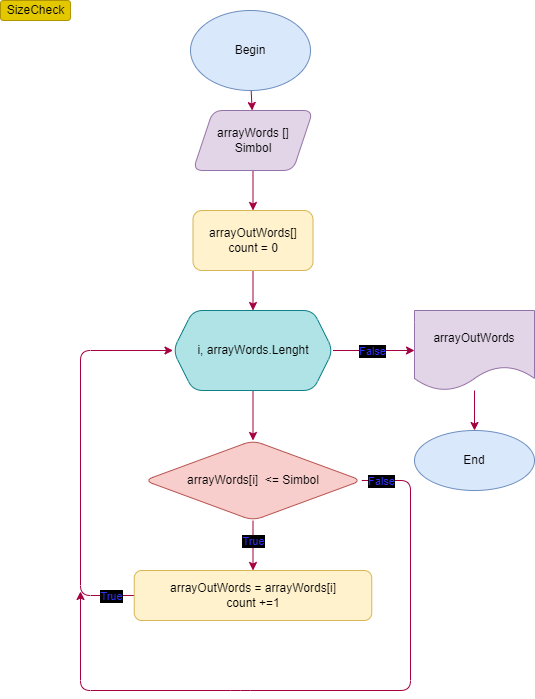
Earlier version of the draw.io export Diagram.drawio.png (Devodest/ControlWork). Source tidied: cells renumbered, new cells last; positions are measured from the earlier drawing's top-left corner, leaving out a move shared by most shapes.
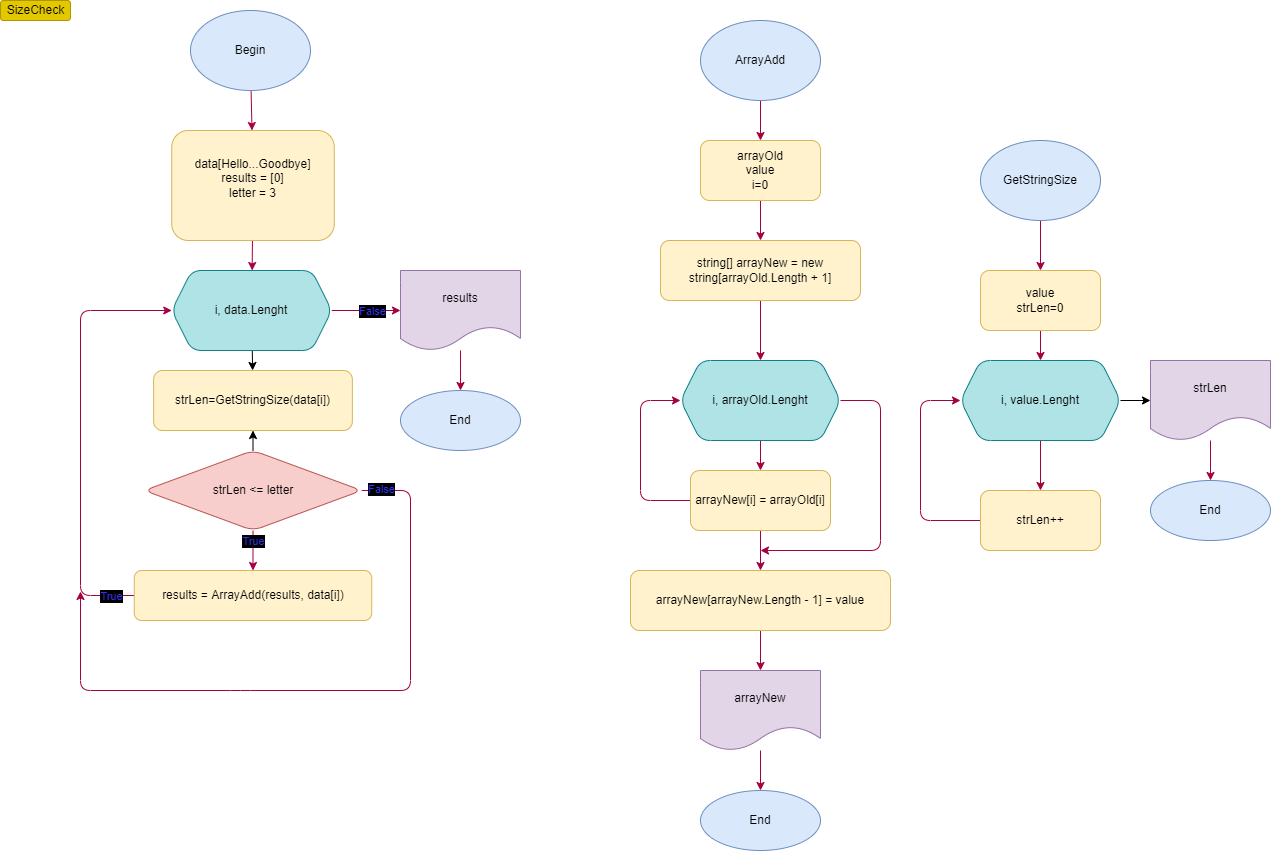
Above is the later version.

The edit, as a diff of the source:
```diff
@@ -2,15 +2,12 @@
   <root>
     <mxCell id="0" />
     <mxCell id="1" parent="0" />
-    <mxCell id="2" style="edgeStyle=none;rounded=1;html=1;fontColor=#FFFFFF;fillColor=#d80073;strokeColor=#A50040;" parent="1" edge="1" source="3" target="18">
-      <mxGeometry relative="1" as="geometry" />
-    </mxCell>
+    <mxCell id="24" style="edgeStyle=none;html=1;fillColor=#d80073;strokeColor=#A50040;" parent="1" edge="1" source="3" target="20">
+      <mxGeometry relative="1" as="geometry" />
+    </mxCell>
     <mxCell id="3" value="Begin" style="ellipse;whiteSpace=wrap;html=1;fillColor=#dae8fc;strokeColor=#6c8ebf;rounded=1;" parent="1" vertex="1">
       <mxGeometry x="190" y="10" width="120" height="80" as="geometry" />
     </mxCell>
-    <mxCell id="4" style="edgeStyle=none;html=1;fillColor=#d80073;strokeColor=#A50040;rounded=1;exitX=0.5;exitY=1;exitDx=0;exitDy=0;exitPerimeter=0;" parent="1" edge="1" source="16" target="9">
-      <mxGeometry relative="1" as="geometry" />
-    </mxCell>
     <mxCell id="5" style="edgeStyle=none;html=1;fillColor=#d80073;strokeColor=#A50040;rounded=1;exitX=1;exitY=0.5;exitDx=0;exitDy=0;" parent="1" edge="1" source="16" target="13">
       <mxGeometry relative="1" as="geometry" />
     </mxCell>
@@ -21,7 +18,7 @@
       <mxGeometry relative="1" as="geometry">
         <mxPoint x="80" y="591" as="targetPoint" />
         <Array as="points">
-          <mxPoint x="410" y="480" />
+          <mxPoint x="410" y="490" />
           <mxPoint x="410" y="690" />
           <mxPoint x="240" y="690" />
           <mxPoint x="80" y="690" />
@@ -33,49 +30,54 @@
         <mxPoint x="-31" y="-75" as="offset" />
       </mxGeometry>
     </mxCell>
+    <mxCell id="25" style="edgeStyle=none;html=1;" parent="1" edge="1" source="9" target="38">
+      <mxGeometry relative="1" as="geometry" />
+    </mxCell>
-    <mxCell id="9" value="arrayWords[i]&amp;nbsp; &amp;lt;= Simbol" style="rhombus;whiteSpace=wrap;html=1;rounded=1;fillColor=#f8cecc;strokeColor=#b85450;" parent="1" vertex="1">
-      <mxGeometry x="143.8" y="440" width="217.5" height="80" as="geometry" />
+    <mxCell id="9" value="strLen &amp;lt;= letter" style="rhombus;whiteSpace=wrap;html=1;rounded=1;fillColor=#f8cecc;strokeColor=#b85450;" parent="1" vertex="1">
+      <mxGeometry x="143.8" y="450" width="217.5" height="80" as="geometry" />
     </mxCell>
     <mxCell id="10" style="edgeStyle=none;rounded=1;html=1;entryX=0;entryY=0.5;entryDx=0;entryDy=0;fontColor=#FFFFFF;fillColor=#d80073;strokeColor=#A50040;" parent="1" edge="1" source="11" target="16">
       <mxGeometry relative="1" as="geometry">
         <Array as="points">
           <mxPoint x="80" y="595" />
-          <mxPoint x="80" y="350" />
+          <mxPoint x="80" y="310" />
         </Array>
       </mxGeometry>
     </mxCell>
-    <mxCell id="11" value="arrayOutWords&amp;nbsp;= arrayWords[i]&lt;br&gt;count +=1" style="whiteSpace=wrap;html=1;rounded=1;fillColor=#fff2cc;strokeColor=#d6b656;" parent="1" vertex="1">
+    <mxCell id="11" value="results = ArrayAdd(results, data[i])" style="whiteSpace=wrap;html=1;rounded=1;fillColor=#fff2cc;strokeColor=#d6b656;" parent="1" vertex="1">
       <mxGeometry x="133.8" y="570" width="237.5" height="50" as="geometry" />
     </mxCell>
     <mxCell id="12" style="edgeStyle=none;html=1;fillColor=#d80073;strokeColor=#A50040;rounded=1;" parent="1" edge="1" source="13" target="14">
       <mxGeometry relative="1" as="geometry" />
     </mxCell>
-    <mxCell id="13" value="arrayOutWords" style="shape=document;whiteSpace=wrap;html=1;boundedLbl=1;rounded=1;fillColor=#e1d5e7;strokeColor=#9673a6;" parent="1" vertex="1">
-      <mxGeometry x="414" y="310" width="120" height="80" as="geometry" />
+    <mxCell id="13" value="results" style="shape=document;whiteSpace=wrap;html=1;boundedLbl=1;rounded=1;fillColor=#e1d5e7;strokeColor=#9673a6;" parent="1" vertex="1">
+      <mxGeometry x="400" y="270" width="120" height="80" as="geometry" />
     </mxCell>
     <mxCell id="14" value="End" style="ellipse;whiteSpace=wrap;html=1;rounded=1;fillColor=#dae8fc;strokeColor=#6c8ebf;" parent="1" vertex="1">
-      <mxGeometry x="414" y="430" width="120" height="60" as="geometry" />
+      <mxGeometry x="400" y="390" width="120" height="60" as="geometry" />
     </mxCell>
     <mxCell id="15" value="SizeCheck" style="text;html=1;align=center;verticalAlign=middle;strokeColor=#B09500;fillColor=#e3c800;rounded=1;fontColor=#000000;" parent="1" vertex="1">
       <mxGeometry width="70" height="20" as="geometry" />
     </mxCell>
+    <mxCell id="26" style="edgeStyle=none;html=1;" parent="1" edge="1" source="16" target="38">
+      <mxGeometry relative="1" as="geometry" />
+    </mxCell>
-    <mxCell id="16" value="i, arrayWords.Lenght" style="shape=hexagon;perimeter=hexagonPerimeter2;whiteSpace=wrap;html=1;fixedSize=1;rounded=1;fillColor=#b0e3e6;strokeColor=#0e8088;" parent="1" vertex="1">
-      <mxGeometry x="172.5" y="310" width="160" height="80" as="geometry" />
+    <mxCell id="16" value="i, data.Lenght" style="shape=hexagon;perimeter=hexagonPerimeter2;whiteSpace=wrap;html=1;fixedSize=1;rounded=1;fillColor=#b0e3e6;strokeColor=#0e8088;" parent="1" vertex="1">
+      <mxGeometry x="171.2" y="270" width="160" height="80" as="geometry" />
     </mxCell>
-    <mxCell id="17" style="edgeStyle=none;rounded=1;html=1;fontColor=#FFFFFF;fillColor=#d80073;strokeColor=#A50040;" parent="1" edge="1" source="18" target="20">
-      <mxGeometry relative="1" as="geometry" />
+    <mxCell id="17" style="edgeStyle=none;rounded=1;html=1;fontColor=#FFFFFF;fillColor=#d80073;strokeColor=#A50040;" parent="1" edge="1" target="20">
+      <mxGeometry relative="1" as="geometry">
+        <mxPoint x="252.5" y="170" as="sourcePoint" />
+      </mxGeometry>
     </mxCell>
-    <mxCell id="18" value="arrayWords []&lt;br&gt;Simbol" style="shape=parallelogram;perimeter=parallelogramPerimeter;whiteSpace=wrap;html=1;fixedSize=1;fillColor=#e1d5e7;strokeColor=#9673a6;rounded=1;" parent="1" vertex="1">
-      <mxGeometry x="192.5" y="110" width="120" height="60" as="geometry" />
-    </mxCell>
     <mxCell id="19" style="edgeStyle=none;rounded=1;html=1;fontColor=#FFFFFF;fillColor=#d80073;strokeColor=#A50040;" parent="1" edge="1" source="20" target="16">
       <mxGeometry relative="1" as="geometry" />
     </mxCell>
-    <mxCell id="20" value="&lt;span&gt;arrayOutWords[]&lt;br&gt;count = 0&lt;br&gt;&lt;/span&gt;" style="whiteSpace=wrap;html=1;fillColor=#fff2cc;strokeColor=#d6b656;rounded=1;" parent="1" vertex="1">
-      <mxGeometry x="192.5" y="210" width="120" height="60" as="geometry" />
+    <mxCell id="20" value="&lt;span&gt;data[Hello...Goodbye]&lt;br&gt;results = [0]&lt;br&gt;letter = 3&lt;br&gt;&lt;br&gt;&lt;/span&gt;" style="whiteSpace=wrap;html=1;fillColor=#fff2cc;strokeColor=#d6b656;rounded=1;" parent="1" vertex="1">
+      <mxGeometry x="171.2" y="130" width="162.5" height="110" as="geometry" />
     </mxCell>
     <mxCell id="21" value="False" style="edgeLabel;html=1;align=center;verticalAlign=middle;fontColor=#3333FF;labelBorderColor=none;labelBackgroundColor=#000000;" parent="1" vertex="1">
-      <mxGeometry x="371.2" y="350" as="geometry" />
+      <mxGeometry x="371.2" y="310" as="geometry" />
     </mxCell>
     <mxCell id="22" value="True" style="edgeLabel;html=1;align=center;verticalAlign=middle;fontColor=#3333FF;labelBackgroundColor=#000000;" parent="1" vertex="1">
       <mxGeometry x="252.5" y="540" as="geometry" />
@@ -83,5 +85,111 @@
     <mxCell id="23" value="True" style="edgeLabel;html=1;align=center;verticalAlign=middle;fontColor=#3333FF;labelBackgroundColor=#000000;" parent="1" vertex="1">
       <mxGeometry x="110" y="595" as="geometry" />
     </mxCell>
+    <mxCell id="27" style="edgeStyle=none;html=1;fillColor=#d80073;strokeColor=#A50040;" parent="1" edge="1" source="28" target="30">
+      <mxGeometry relative="1" as="geometry" />
+    </mxCell>
+    <mxCell id="28" value="GetStringSize" style="ellipse;whiteSpace=wrap;html=1;fillColor=#dae8fc;strokeColor=#6c8ebf;rounded=1;" parent="1" vertex="1">
+      <mxGeometry x="980" y="140" width="120" height="80" as="geometry" />
+    </mxCell>
+    <mxCell id="29" style="edgeStyle=none;html=1;fillColor=#d80073;strokeColor=#A50040;" parent="1" edge="1" source="30" target="33">
+      <mxGeometry relative="1" as="geometry" />
+    </mxCell>
+    <mxCell id="30" value="value&lt;br&gt;strLen=0" style="whiteSpace=wrap;html=1;fillColor=#fff2cc;strokeColor=#d6b656;rounded=1;" parent="1" vertex="1">
+      <mxGeometry x="980" y="270" width="120" height="60" as="geometry" />
+    </mxCell>
+    <mxCell id="31" style="edgeStyle=none;html=1;fillColor=#d80073;strokeColor=#A50040;" parent="1" edge="1" source="33" target="35">
+      <mxGeometry relative="1" as="geometry" />
+    </mxCell>
+    <mxCell id="32" style="edgeStyle=none;html=1;" parent="1" edge="1" source="33" target="37">
+      <mxGeometry relative="1" as="geometry" />
+    </mxCell>
+    <mxCell id="33" value="i, value.Lenght" style="shape=hexagon;perimeter=hexagonPerimeter2;whiteSpace=wrap;html=1;fixedSize=1;rounded=1;fillColor=#b0e3e6;strokeColor=#0e8088;" parent="1" vertex="1">
+      <mxGeometry x="960" y="360" width="160" height="80" as="geometry" />
+    </mxCell>
+    <mxCell id="34" style="edgeStyle=none;html=1;entryX=0;entryY=0.5;entryDx=0;entryDy=0;fillColor=#d80073;strokeColor=#A50040;" parent="1" edge="1" source="35" target="33">
+      <mxGeometry relative="1" as="geometry">
+        <Array as="points">
+          <mxPoint x="920" y="520" />
+          <mxPoint x="920" y="400" />
+        </Array>
+      </mxGeometry>
+    </mxCell>
+    <mxCell id="35" value="&lt;span&gt;strLen++&lt;/span&gt;" style="whiteSpace=wrap;html=1;fillColor=#fff2cc;strokeColor=#d6b656;rounded=1;" parent="1" vertex="1">
+      <mxGeometry x="980" y="490" width="120" height="60" as="geometry" />
+    </mxCell>
+    <mxCell id="36" style="edgeStyle=none;html=1;fillColor=#d80073;strokeColor=#A50040;" parent="1" edge="1" source="37" target="46">
+      <mxGeometry relative="1" as="geometry" />
+    </mxCell>
+    <mxCell id="37" value="strLen" style="shape=document;whiteSpace=wrap;html=1;boundedLbl=1;fillColor=#e1d5e7;strokeColor=#9673a6;rounded=1;" parent="1" vertex="1">
+      <mxGeometry x="1150" y="360" width="120" height="80" as="geometry" />
+    </mxCell>
+    <mxCell id="38" value="strLen=GetStringSize(data[i])" style="whiteSpace=wrap;html=1;fillColor=#fff2cc;strokeColor=#d6b656;rounded=1;" parent="1" vertex="1">
+      <mxGeometry x="153.1" y="370" width="198.8" height="60" as="geometry" />
+    </mxCell>
+    <mxCell id="39" style="edgeStyle=none;html=1;fillColor=#d80073;strokeColor=#A50040;" parent="1" edge="1" source="40" target="42">
+      <mxGeometry relative="1" as="geometry" />
+    </mxCell>
+    <mxCell id="40" value="ArrayAdd" style="ellipse;whiteSpace=wrap;html=1;fillColor=#dae8fc;strokeColor=#6c8ebf;rounded=1;" parent="1" vertex="1">
+      <mxGeometry x="700" y="20" width="120" height="80" as="geometry" />
+    </mxCell>
+    <mxCell id="41" style="edgeStyle=none;html=1;fillColor=#d80073;strokeColor=#A50040;" parent="1" edge="1" source="42" target="48">
+      <mxGeometry relative="1" as="geometry" />
+    </mxCell>
+    <mxCell id="42" value="arrayOld&lt;br&gt;value&lt;br&gt;i=0" style="whiteSpace=wrap;html=1;fillColor=#fff2cc;strokeColor=#d6b656;rounded=1;" parent="1" vertex="1">
+      <mxGeometry x="700" y="140" width="120" height="60" as="geometry" />
+    </mxCell>
+    <mxCell id="43" style="edgeStyle=none;html=1;fillColor=#d80073;strokeColor=#A50040;" parent="1" edge="1" source="45" target="51">
+      <mxGeometry relative="1" as="geometry" />
+    </mxCell>
+    <mxCell id="44" style="edgeStyle=none;html=1;fillColor=#d80073;strokeColor=#A50040;" parent="1" edge="1" source="45">
+      <mxGeometry relative="1" as="geometry">
+        <mxPoint x="760" y="550" as="targetPoint" />
+        <Array as="points">
+          <mxPoint x="880" y="400" />
+          <mxPoint x="880" y="550" />
+        </Array>
+      </mxGeometry>
+    </mxCell>
+    <mxCell id="45" value="i, arrayOld.Lenght" style="shape=hexagon;perimeter=hexagonPerimeter2;whiteSpace=wrap;html=1;fixedSize=1;rounded=1;fillColor=#b0e3e6;strokeColor=#0e8088;" parent="1" vertex="1">
+      <mxGeometry x="680" y="360" width="160" height="80" as="geometry" />
+    </mxCell>
+    <mxCell id="46" value="End" style="ellipse;whiteSpace=wrap;html=1;fillColor=#dae8fc;strokeColor=#6c8ebf;rounded=1;" parent="1" vertex="1">
+      <mxGeometry x="1150" y="480" width="120" height="60" as="geometry" />
+    </mxCell>
+    <mxCell id="47" style="edgeStyle=none;html=1;fillColor=#d80073;strokeColor=#A50040;entryX=0.5;entryY=0;entryDx=0;entryDy=0;" parent="1" edge="1" source="48" target="45">
+      <mxGeometry relative="1" as="geometry" />
+    </mxCell>
+    <mxCell id="48" value="string[] arrayNew = new string[arrayOld.Length + 1]" style="whiteSpace=wrap;html=1;fillColor=#fff2cc;strokeColor=#d6b656;rounded=1;" parent="1" vertex="1">
+      <mxGeometry x="660" y="240" width="200" height="60" as="geometry" />
+    </mxCell>
+    <mxCell id="49" style="edgeStyle=none;html=1;entryX=0;entryY=0.5;entryDx=0;entryDy=0;fillColor=#d80073;strokeColor=#A50040;" parent="1" edge="1" source="51" target="45">
+      <mxGeometry relative="1" as="geometry">
+        <Array as="points">
+          <mxPoint x="640" y="500" />
+          <mxPoint x="640" y="400" />
+        </Array>
+      </mxGeometry>
+    </mxCell>
+    <mxCell id="50" style="edgeStyle=none;html=1;fillColor=#d80073;strokeColor=#A50040;" parent="1" edge="1" source="51" target="53">
+      <mxGeometry relative="1" as="geometry" />
+    </mxCell>
+    <mxCell id="51" value="arrayNew[i] = arrayOld[i]" style="whiteSpace=wrap;html=1;fillColor=#fff2cc;strokeColor=#d6b656;rounded=1;" parent="1" vertex="1">
+      <mxGeometry x="690" y="470" width="140" height="60" as="geometry" />
+    </mxCell>
+    <mxCell id="52" style="edgeStyle=none;html=1;fillColor=#d80073;strokeColor=#A50040;" parent="1" edge="1" source="53" target="55">
+      <mxGeometry relative="1" as="geometry" />
+    </mxCell>
+    <mxCell id="53" value="arrayNew[arrayNew.Length - 1] = value" style="whiteSpace=wrap;html=1;fillColor=#fff2cc;strokeColor=#d6b656;rounded=1;" parent="1" vertex="1">
+      <mxGeometry x="630" y="570" width="260" height="60" as="geometry" />
+    </mxCell>
+    <mxCell id="54" style="edgeStyle=none;html=1;fillColor=#d80073;strokeColor=#A50040;" parent="1" edge="1" source="55" target="56">
+      <mxGeometry relative="1" as="geometry" />
+    </mxCell>
+    <mxCell id="55" value="arrayNew" style="shape=document;whiteSpace=wrap;html=1;boundedLbl=1;fillColor=#e1d5e7;strokeColor=#9673a6;rounded=1;" parent="1" vertex="1">
+      <mxGeometry x="700" y="670" width="120" height="80" as="geometry" />
+    </mxCell>
+    <mxCell id="56" value="End" style="ellipse;whiteSpace=wrap;html=1;fillColor=#dae8fc;strokeColor=#6c8ebf;rounded=1;" parent="1" vertex="1">
+      <mxGeometry x="700" y="790" width="120" height="60" as="geometry" />
+    </mxCell>
   </root>
 </mxGraphModel>
```
